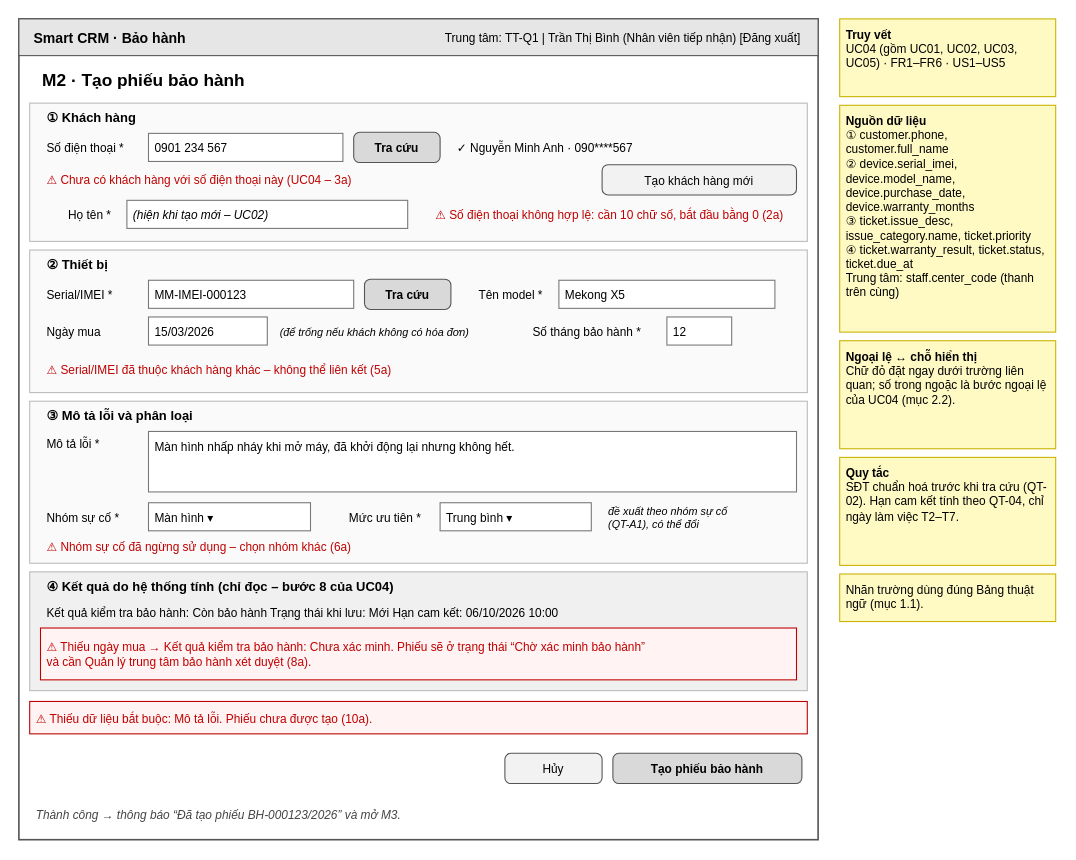
Htuan0901/cdtn1-nguyenhoangtuan-l2 keeps this draw.io diagram as page "M2 – Tạo phiếu bảo hành" (2 of 3) of docs/wireframe.drawio. Above is the earlier version. Source tidied: cells renumbered, new cells numbered last; positions are measured from the earlier drawing's top-left corner, leaving out a move shared by most shapes. Both pictures are drawn from the tidied source at 108%, with x=0, y=0 at pixel (18, 18).
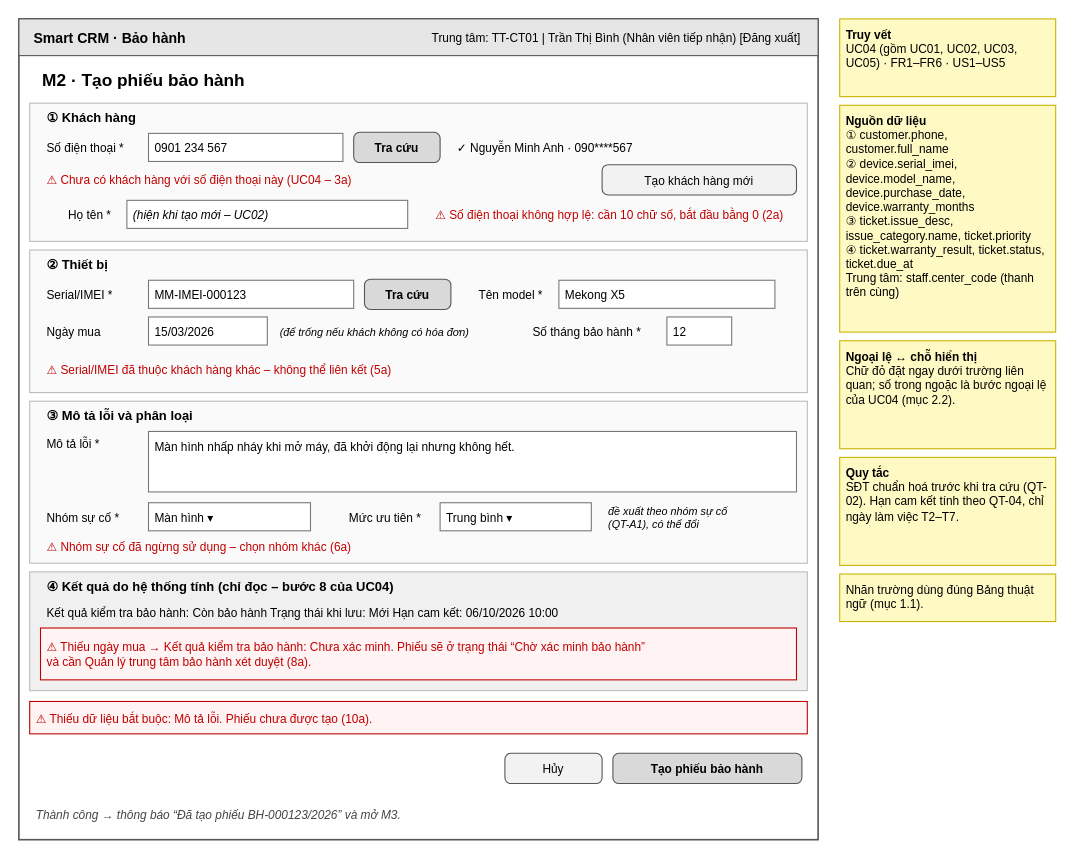
The same diagram, later.

The edit, as a diff of the source:
```diff
@@
-    <mxCell id="5" value="Trung tâm: TT-Q1  |  Trần Thị Bình (Nhân viên tiếp nhận)  [Đăng xuất]" style="whiteSpace=wrap;html=1;rounded=0;fillColor=none;strokeColor=none;strokeWidth=1;fontSize=11;fontFamily=Helvetica;fontColor=#000000;fontStyle=0;align=right;verticalAlign=middle;spacingLeft=4;spacingRight=4;spacingTop=2;" parent="1" vertex="1">
+    <mxCell id="5" value="Trung tâm: TT-CT01  |  Trần Thị Bình (Nhân viên tiếp nhận)  [Đăng xuất]" style="whiteSpace=wrap;html=1;rounded=0;fillColor=none;strokeColor=none;strokeWidth=1;fontSize=11;fontFamily=Helvetica;fontColor=#000000;fontStyle=0;align=right;verticalAlign=middle;spacingLeft=4;spacingRight=4;spacingTop=2;" parent="1" vertex="1">
       <mxGeometry x="310" y="2" width="420" height="30" as="geometry" />
     </mxCell>
```
